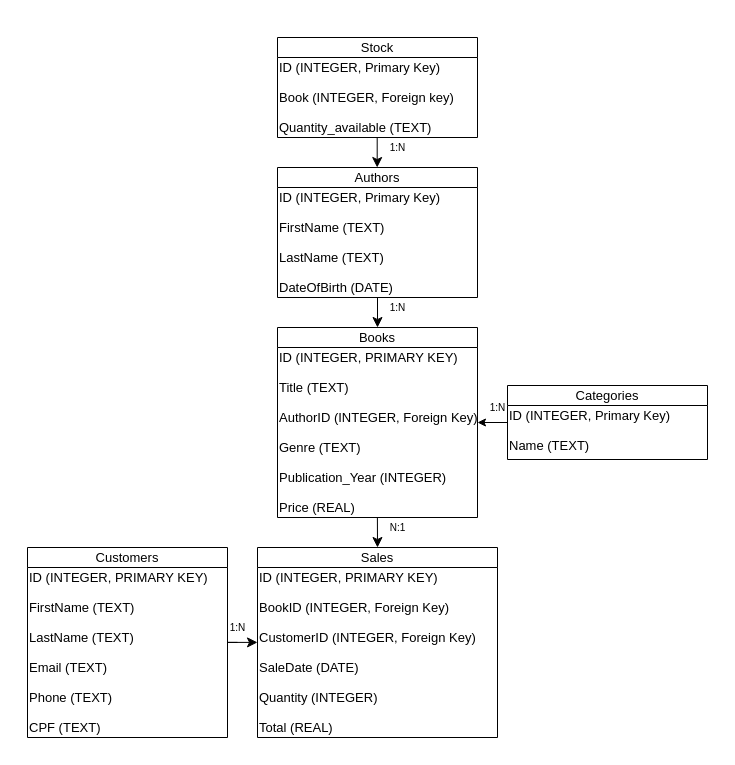
GuilhermeCruz08/MyLibrary keeps this draw.io diagram as MyLibrary.drawio. Above is the earlier version. Source tidied: cells renumbered, new cells numbered last; positions are measured from the earlier drawing's top-left corner, leaving out a move shared by most shapes. Both pictures are drawn from the tidied source at 100%, with x=0, y=0 at pixel (27, 37).
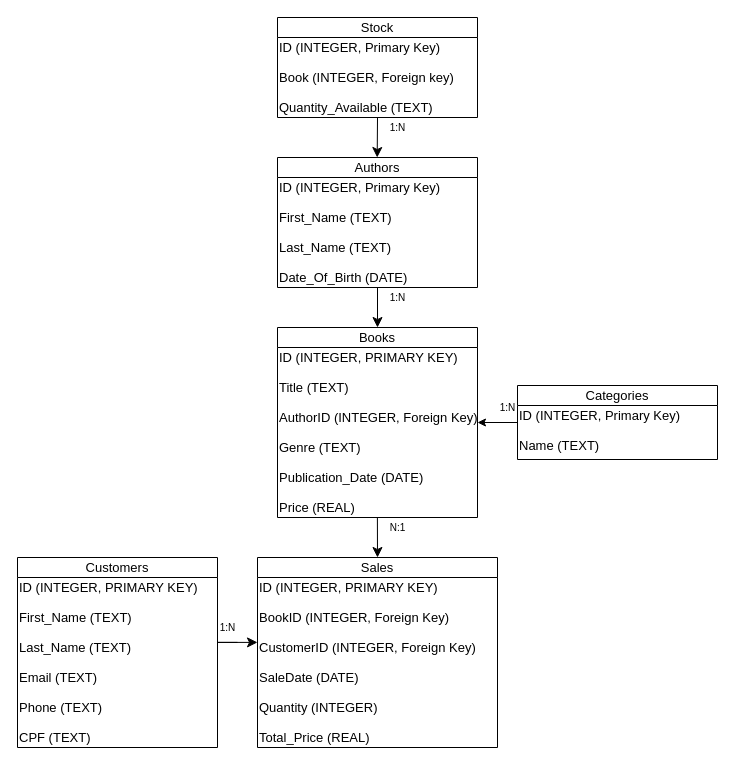
The same diagram, later.

Unchanged cells that the change refers to:
```xml
<mxCell id="2" value="&lt;span style=&quot;font-weight: normal;&quot;&gt;&lt;font style=&quot;font-size: 13px;&quot;&gt;Books&lt;/font&gt;&lt;/span&gt;" style="swimlane;whiteSpace=wrap;html=1;startSize=20;" parent="1" vertex="1">
  <mxGeometry x="250" y="290" width="200" height="190" as="geometry" />
</mxCell>
```

What changed in the source:
```diff
@@
-    <mxCell id="7" value="Publication_Year (INTEGER)" style="text;strokeColor=none;fillColor=none;html=1;fontSize=13;fontStyle=0;verticalAlign=middle;align=left;" parent="2" vertex="1">
+    <mxCell id="7" value="Publication_Date (DATE)" style="text;strokeColor=none;fillColor=none;html=1;fontSize=13;fontStyle=0;verticalAlign=middle;align=left;" parent="2" vertex="1">
       <mxGeometry y="140" width="200" height="20" as="geometry" />
     </mxCell>
@@
     <mxCell id="9" value="&lt;span style=&quot;font-weight: normal;&quot;&gt;&lt;font style=&quot;font-size: 13px;&quot;&gt;Authors&lt;/font&gt;&lt;/span&gt;" style="swimlane;whiteSpace=wrap;html=1;startSize=20;" parent="1" vertex="1">
-      <mxGeometry x="250" y="130" width="200" height="130" as="geometry" />
+      <mxGeometry x="250" y="120" width="200" height="130" as="geometry" />
     </mxCell>
@@
-    <mxCell id="11" value="FirstName (TEXT)" style="text;strokeColor=none;fillColor=none;html=1;fontSize=13;fontStyle=0;verticalAlign=middle;align=left;labelPosition=center;verticalLabelPosition=middle;" parent="9" vertex="1">
+    <mxCell id="11" value="First_Name (TEXT)" style="text;strokeColor=none;fillColor=none;html=1;fontSize=13;fontStyle=0;verticalAlign=middle;align=left;labelPosition=center;verticalLabelPosition=middle;" parent="9" vertex="1">
       <mxGeometry y="50" width="200" height="20" as="geometry" />
     </mxCell>
-    <mxCell id="12" value="LastName (TEXT)" style="text;strokeColor=none;fillColor=none;html=1;fontSize=13;fontStyle=0;verticalAlign=middle;align=left;" parent="9" vertex="1">
+    <mxCell id="12" value="Last_Name (TEXT)" style="text;strokeColor=none;fillColor=none;html=1;fontSize=13;fontStyle=0;verticalAlign=middle;align=left;" parent="9" vertex="1">
       <mxGeometry y="80" width="200" height="20" as="geometry" />
     </mxCell>
-    <mxCell id="13" value="DateOfBirth (DATE)" style="text;strokeColor=none;fillColor=none;html=1;fontSize=13;fontStyle=0;verticalAlign=middle;align=left;" parent="9" vertex="1">
+    <mxCell id="13" value="Date_Of_Birth (DATE)" style="text;strokeColor=none;fillColor=none;html=1;fontSize=13;fontStyle=0;verticalAlign=middle;align=left;" parent="9" vertex="1">
       <mxGeometry y="110" width="200" height="20" as="geometry" />
     </mxCell>
@@
     <mxCell id="15" value="1:N" style="text;strokeColor=none;fillColor=none;html=1;fontSize=10;fontStyle=0;verticalAlign=middle;align=center;" parent="1" vertex="1">
-      <mxGeometry x="360" y="260" width="20" height="20" as="geometry" />
+      <mxGeometry x="360" y="250" width="20" height="20" as="geometry" />
     </mxCell>
     <mxCell id="16" value="&lt;span style=&quot;font-weight: normal;&quot;&gt;&lt;font style=&quot;font-size: 13px;&quot;&gt;Sales&lt;/font&gt;&lt;/span&gt;" style="swimlane;whiteSpace=wrap;html=1;startSize=20;" parent="1" vertex="1">
-      <mxGeometry x="230" y="510" width="240" height="190" as="geometry" />
+      <mxGeometry x="230" y="520" width="240" height="190" as="geometry" />
     </mxCell>
@@
-    <mxCell id="22" value="Total (REAL)" style="text;strokeColor=none;fillColor=none;html=1;fontSize=13;fontStyle=0;verticalAlign=middle;align=left;" parent="16" vertex="1">
+    <mxCell id="22" value="Total_Price (REAL)" style="text;strokeColor=none;fillColor=none;html=1;fontSize=13;fontStyle=0;verticalAlign=middle;align=left;" parent="16" vertex="1">
       <mxGeometry y="170" width="200" height="20" as="geometry" />
     </mxCell>
     <mxCell id="23" value="&lt;span style=&quot;font-weight: normal;&quot;&gt;&lt;font style=&quot;font-size: 13px;&quot;&gt;Customers&lt;/font&gt;&lt;/span&gt;" style="swimlane;whiteSpace=wrap;html=1;startSize=20;" parent="1" vertex="1">
-      <mxGeometry y="510" width="200" height="190" as="geometry" />
+      <mxGeometry x="-10" y="520" width="200" height="190" as="geometry" />
     </mxCell>
@@
-    <mxCell id="25" value="FirstName (TEXT)" style="text;strokeColor=none;fillColor=none;html=1;fontSize=13;fontStyle=0;verticalAlign=middle;align=left;labelPosition=center;verticalLabelPosition=middle;" parent="23" vertex="1">
+    <mxCell id="25" value="First_Name (TEXT)" style="text;strokeColor=none;fillColor=none;html=1;fontSize=13;fontStyle=0;verticalAlign=middle;align=left;labelPosition=center;verticalLabelPosition=middle;" parent="23" vertex="1">
       <mxGeometry y="50" width="200" height="20" as="geometry" />
     </mxCell>
-    <mxCell id="26" value="LastName (TEXT)" style="text;strokeColor=none;fillColor=none;html=1;fontSize=13;fontStyle=0;verticalAlign=middle;align=left;" parent="23" vertex="1">
+    <mxCell id="26" value="Last_Name (TEXT)" style="text;strokeColor=none;fillColor=none;html=1;fontSize=13;fontStyle=0;verticalAlign=middle;align=left;" parent="23" vertex="1">
       <mxGeometry y="80" width="200" height="20" as="geometry" />
     </mxCell>
@@
     <mxCell id="31" value="1:N" style="text;strokeColor=none;fillColor=none;html=1;fontSize=10;fontStyle=0;verticalAlign=middle;align=center;" parent="1" vertex="1">
-      <mxGeometry x="200" y="580" width="20" height="20" as="geometry" />
+      <mxGeometry x="190" y="580" width="20" height="20" as="geometry" />
     </mxCell>
     <mxCell id="32" style="edgeStyle=elbowEdgeStyle;elbow=horizontal;endArrow=classic;html=1;curved=0;rounded=0;endSize=8;startSize=8;" parent="1" edge="1">
       <mxGeometry relative="1" as="geometry">
         <mxPoint x="210" y="604.9" as="sourcePoint" />
         <mxPoint x="230" y="604.9" as="targetPoint" />
         <Array as="points">
-          <mxPoint x="200" y="604.9" />
+          <mxPoint x="190" y="605" />
         </Array>
       </mxGeometry>
     </mxCell>
@@
     <mxCell id="34" value="&lt;span style=&quot;font-weight: normal;&quot;&gt;&lt;font style=&quot;font-size: 13px;&quot;&gt;Stock&lt;/font&gt;&lt;/span&gt;" style="swimlane;whiteSpace=wrap;html=1;startSize=20;" parent="1" vertex="1">
-      <mxGeometry x="250" width="200" height="100" as="geometry" />
+      <mxGeometry x="250" y="-20" width="200" height="100" as="geometry" />
     </mxCell>
@@
-    <mxCell id="37" value="Quantity_available (TEXT)" style="text;strokeColor=none;fillColor=none;html=1;fontSize=13;fontStyle=0;verticalAlign=middle;align=left;" parent="34" vertex="1">
+    <mxCell id="37" value="Quantity_Available (TEXT)" style="text;strokeColor=none;fillColor=none;html=1;fontSize=13;fontStyle=0;verticalAlign=middle;align=left;" parent="34" vertex="1">
       <mxGeometry y="80" width="200" height="20" as="geometry" />
     </mxCell>
     <mxCell id="38" value="1:N" style="text;strokeColor=none;fillColor=none;html=1;fontSize=10;fontStyle=0;verticalAlign=middle;align=center;" parent="1" vertex="1">
-      <mxGeometry x="360" y="100" width="20" height="20" as="geometry" />
+      <mxGeometry x="360" y="80" width="20" height="20" as="geometry" />
     </mxCell>
-    <mxCell id="39" style="edgeStyle=segmentEdgeStyle;endArrow=classic;html=1;curved=0;rounded=0;endSize=8;startSize=8;exitX=0.5;exitY=1;exitDx=0;exitDy=0;entryX=0.5;entryY=0;entryDx=0;entryDy=0;" parent="1" edge="1">
+    <mxCell id="39" style="edgeStyle=segmentEdgeStyle;endArrow=classic;html=1;curved=0;rounded=0;endSize=8;startSize=8;exitX=0.5;exitY=1;exitDx=0;exitDy=0;entryX=0.5;entryY=0;entryDx=0;entryDy=0;" parent="1" edge="1" source="37">
       <mxGeometry relative="1" as="geometry">
-        <mxPoint x="349.7" y="100" as="sourcePoint" />
-        <mxPoint x="349.7" y="130" as="targetPoint" />
+        <mxPoint x="349.7" y="120" as="targetPoint" />
       </mxGeometry>
     </mxCell>
@@
     <mxCell id="41" value="&lt;span style=&quot;font-weight: normal;&quot;&gt;&lt;font style=&quot;font-size: 13px;&quot;&gt;Categories&lt;/font&gt;&lt;/span&gt;" style="swimlane;whiteSpace=wrap;html=1;startSize=20;" parent="1" vertex="1">
-      <mxGeometry x="480" y="348" width="200" height="74" as="geometry" />
+      <mxGeometry x="490" y="348" width="200" height="74" as="geometry" />
     </mxCell>
@@
     <mxCell id="44" value="1:N" style="text;strokeColor=none;fillColor=none;html=1;fontSize=10;fontStyle=0;verticalAlign=middle;align=center;" parent="1" vertex="1">
-      <mxGeometry x="460" y="360" width="20" height="20" as="geometry" />
+      <mxGeometry x="470" y="360" width="20" height="20" as="geometry" />
     </mxCell>
```
